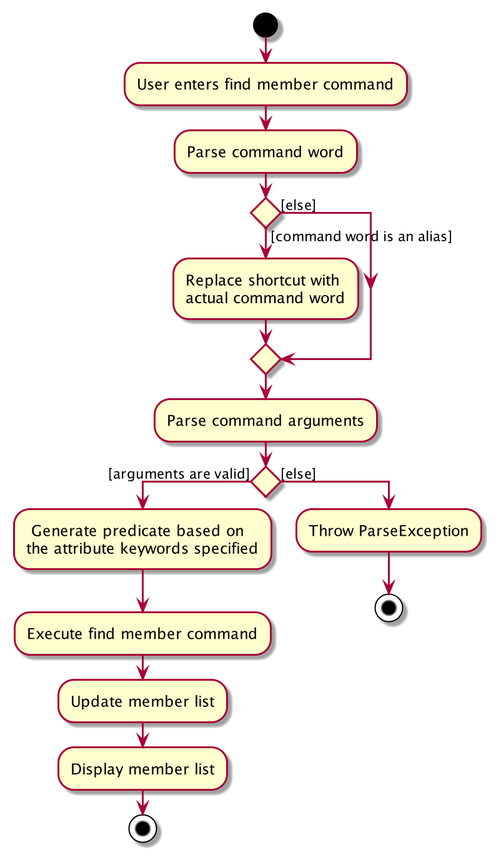
nus-cs2103-AY2122S1/tp keeps this PlantUML diagram as docs/images/FindMemberActivityDiagram.png. Above is the earlier version. Its source is kept beside it as docs/diagrams/FindMemberActivityDiagram.puml. Source of this version:
```plantuml
@startuml
start
:User enters find member command;
:Parse command word;


if () then ([command word is an alias])
    :Replace shortcut with
    actual command word;
else ([else])
endif
:Parse command arguments;
if () then ([arguments are valid])
: Generate predicate based on
the attribute keywords specified;
    :Execute find member command;
:Update member list;
:Display member list;
stop
else ([else])
:Throw ParseException;
stop
@enduml
```
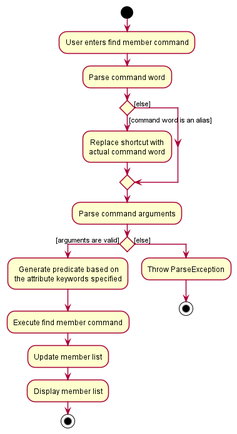
After the commit.

Change to the diagram source:
```diff
@@ -1,4 +1,5 @@
 @startuml
+!include style.puml
 start
 :User enters find member command;
 :Parse command word;
```
